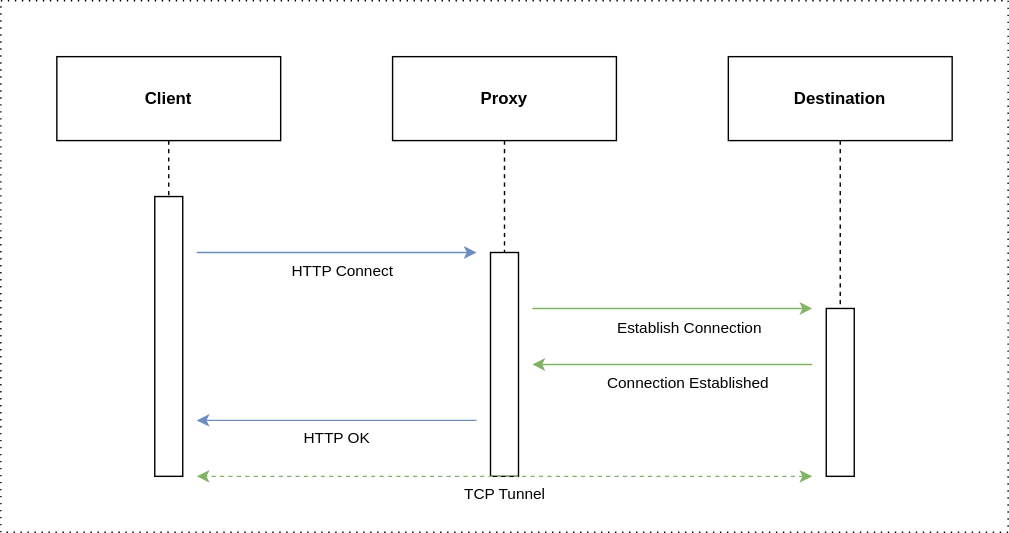
Earlier version of the draw.io export static/images/http-connect2.drawio.svg (Cori1109/Cori1109.github.io). Source tidied: cells renumbered, new cells last; positions are measured from the earlier drawing's top-left corner, leaving out a move shared by most shapes.
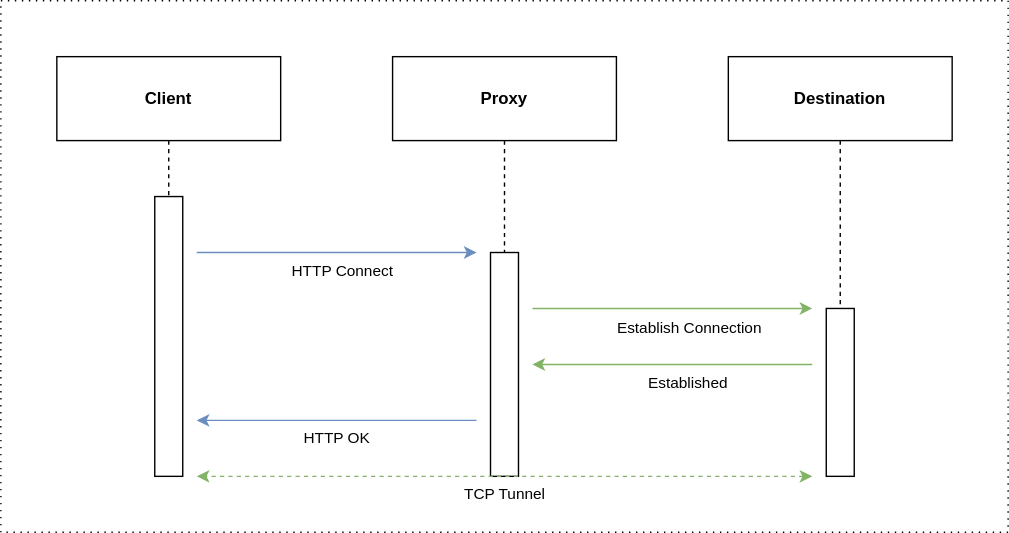
Above is the later version.

Commit message:
deploy: Sun 14 Feb 2021 15:53:14 AEDT

Diff of the diagram source:
```diff
@@ -58,7 +58,7 @@
         <mxPoint x="380" y="260" as="targetPoint" />
       </mxGeometry>
     </mxCell>
-    <mxCell id="16" value="Connection Established" style="edgeLabel;html=1;align=center;verticalAlign=top;" parent="15" vertex="1">
+    <mxCell id="16" value="Established" style="edgeLabel;html=1;align=center;verticalAlign=top;" parent="15" vertex="1">
       <mxGeometry x="-0.23" y="-1" relative="1" as="geometry">
         <mxPoint x="-13" y="1" as="offset" />
       </mxGeometry>
```
